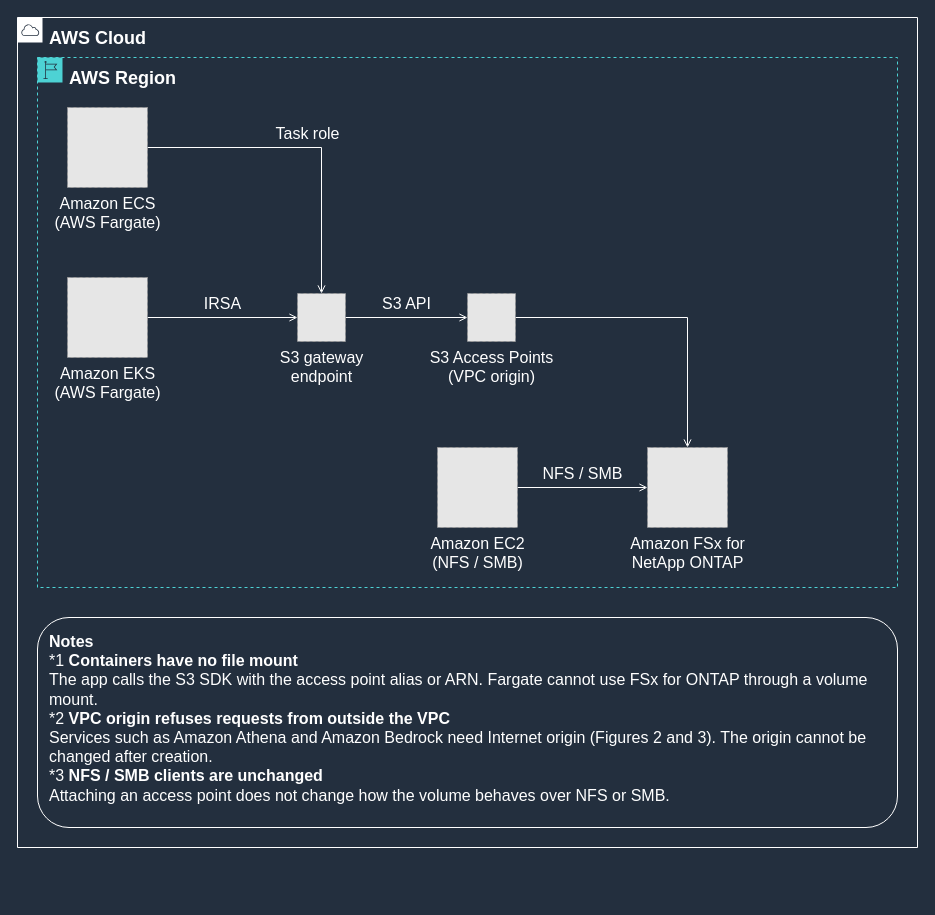
Earlier version of the draw.io diagram docs/_assets/diagrams/s3ap-container-overview-en-dark.drawio (Yoshiki0705/FSx-for-ONTAP-Container-Datastore-Patterns). Source tidied: cells renumbered, new cells numbered last; positions are measured from the earlier drawing's top-left corner, leaving out a move shared by most shapes. Both pictures are drawn from the tidied source at 100%, with x=0, y=0 at pixel (17, 17). Pictures stored in the file or linked from it are replaced by grey dashed boxes.
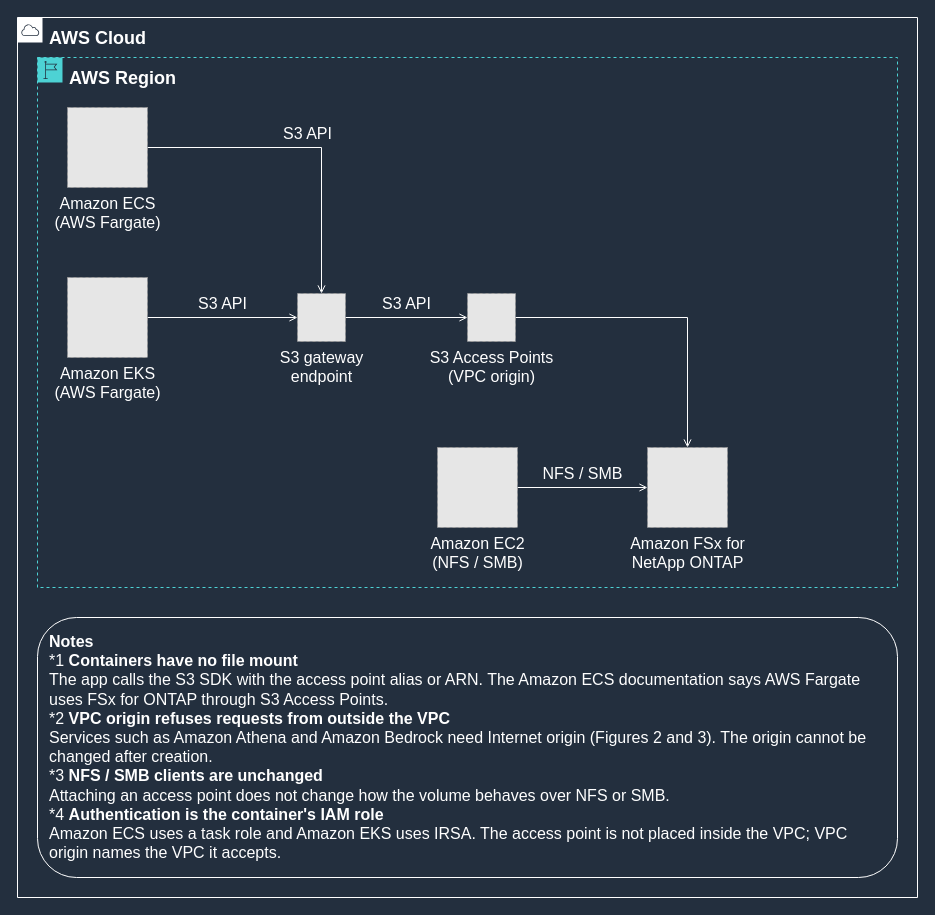
Above is the later version.

The edit, as a diff of the source:
```diff
@@
 <mxGraphModel background="#232F3E">
   <root>
     <mxCell id="0" />
     <mxCell id="1" parent="0" />
-    <mxCell id="2" value="Task role" style="edgeStyle=orthogonalEdgeStyle;rounded=0;html=1;endArrow=open;endFill=0;strokeColor=#FFFFFF;strokeWidth=1;fontSize=16;fontColor=#FFFFFF;labelBackgroundColor=#232F3E;exitX=1.0;exitY=0.5;exitDx=0;exitDy=0;entryX=0.5;entryY=0.0;entryDx=0;entryDy=0;" parent="1" edge="1" source="10" target="12">
+    <mxCell id="2" value="S3 API" style="edgeStyle=orthogonalEdgeStyle;rounded=0;html=1;endArrow=open;endFill=0;strokeColor=#FFFFFF;strokeWidth=1;fontSize=16;fontColor=#FFFFFF;labelBackgroundColor=#232F3E;exitX=1.0;exitY=0.5;exitDx=0;exitDy=0;entryX=0.5;entryY=0.0;entryDx=0;entryDy=0;" parent="1" edge="1" source="10" target="12">
       <mxGeometry relative="1" as="geometry">
         <mxPoint y="-14" as="offset" />
       </mxGeometry>
     </mxCell>
-    <mxCell id="3" value="IRSA" style="edgeStyle=orthogonalEdgeStyle;rounded=0;html=1;endArrow=open;endFill=0;strokeColor=#FFFFFF;strokeWidth=1;fontSize=16;fontColor=#FFFFFF;labelBackgroundColor=#232F3E;exitX=1.0;exitY=0.5;exitDx=0;exitDy=0;entryX=0.0;entryY=0.5;entryDx=0;entryDy=0;" parent="1" edge="1" source="11" target="12">
+    <mxCell id="3" value="S3 API" style="edgeStyle=orthogonalEdgeStyle;rounded=0;html=1;endArrow=open;endFill=0;strokeColor=#FFFFFF;strokeWidth=1;fontSize=16;fontColor=#FFFFFF;labelBackgroundColor=#232F3E;exitX=1.0;exitY=0.5;exitDx=0;exitDy=0;entryX=0.0;entryY=0.5;entryDx=0;entryDy=0;" parent="1" edge="1" source="11" target="12">
       <mxGeometry relative="1" as="geometry">
         <mxPoint y="-14" as="offset" />
       </mxGeometry>
     </mxCell>
     <mxCell id="4" value="S3 API" style="edgeStyle=orthogonalEdgeStyle;rounded=0;html=1;endArrow=open;endFill=0;strokeColor=#FFFFFF;strokeWidth=1;fontSize=16;fontColor=#FFFFFF;labelBackgroundColor=#232F3E;exitX=1.0;exitY=0.5;exitDx=0;exitDy=0;entryX=0.0;entryY=0.5;entryDx=0;entryDy=0;" parent="1" edge="1" source="12" target="13">
       <mxGeometry relative="1" as="geometry">
         <mxPoint y="-14" as="offset" />
       </mxGeometry>
     </mxCell>
     <mxCell id="5" style="edgeStyle=orthogonalEdgeStyle;rounded=0;html=1;endArrow=open;endFill=0;strokeColor=#FFFFFF;strokeWidth=1;fontSize=16;fontColor=#FFFFFF;labelBackgroundColor=#232F3E;exitX=1.0;exitY=0.5;exitDx=0;exitDy=0;entryX=0.5;entryY=0.0;entryDx=0;entryDy=0;" parent="1" edge="1" source="13" target="14">
       <mxGeometry relative="1" as="geometry" />
     </mxCell>
     <mxCell id="6" value="NFS / SMB" style="edgeStyle=orthogonalEdgeStyle;rounded=0;html=1;endArrow=open;endFill=0;strokeColor=#FFFFFF;strokeWidth=1;fontSize=16;fontColor=#FFFFFF;labelBackgroundColor=#232F3E;exitX=1.0;exitY=0.5;exitDx=0;exitDy=0;entryX=0.0;entryY=0.5;entryDx=0;entryDy=0;" parent="1" edge="1" source="15" target="14">
       <mxGeometry relative="1" as="geometry">
         <mxPoint y="-14" as="offset" />
       </mxGeometry>
     </mxCell>
     <mxCell id="7" value="AWS Cloud" style="gradientColor=none;html=1;whiteSpace=wrap;fontSize=18;fontStyle=1;fontColor=#FFFFFF;shape=mxgraph.aws4.group;grIcon=mxgraph.aws4.group_aws_cloud;strokeColor=#FFFFFF;fillColor=none;verticalAlign=top;align=left;spacingLeft=30;spacingTop=4;dashed=0;labelBackgroundColor=#232F3E;" parent="1" vertex="1">
-      <mxGeometry width="900" height="830" as="geometry" />
+      <mxGeometry width="900" height="880" as="geometry" />
     </mxCell>
     <mxCell id="8" value="AWS Region" style="gradientColor=none;html=1;whiteSpace=wrap;fontSize=18;fontStyle=1;fontColor=#FFFFFF;shape=mxgraph.aws4.group;grIcon=mxgraph.aws4.group_region;strokeColor=#4DD2D4;fillColor=none;verticalAlign=top;align=left;spacingLeft=30;spacingTop=4;dashed=1;labelBackgroundColor=#232F3E;" parent="1" vertex="1">
       <mxGeometry x="20" y="40" width="860" height="530" as="geometry" />
     </mxCell>
-    <mxCell id="9" value="&lt;b&gt;Notes&lt;/b&gt;&lt;br&gt;*1 &lt;b&gt;Containers have no file mount&lt;/b&gt;&lt;br&gt;The app calls the S3 SDK with the access point alias or ARN. Fargate cannot use FSx for ONTAP through a volume mount.&lt;br&gt;*2 &lt;b&gt;VPC origin refuses requests from outside the VPC&lt;/b&gt;&lt;br&gt;Services such as Amazon Athena and Amazon Bedrock need Internet origin (Figures 2 and 3). The origin cannot be changed after creation.&lt;br&gt;*3 &lt;b&gt;NFS / SMB clients are unchanged&lt;/b&gt;&lt;br&gt;Attaching an access point does not change how the volume behaves over NFS or SMB." style="rounded=1;whiteSpace=wrap;html=1;strokeColor=#FFFFFF;fillColor=none;fontColor=#FFFFFF;fontSize=16;verticalAlign=top;align=left;spacingLeft=10;spacingRight=10;spacingTop=8;" parent="1" vertex="1">
-      <mxGeometry x="20" y="600" width="860" height="210" as="geometry" />
+    <mxCell id="9" value="&lt;b&gt;Notes&lt;/b&gt;&lt;br&gt;*1 &lt;b&gt;Containers have no file mount&lt;/b&gt;&lt;br&gt;The app calls the S3 SDK with the access point alias or ARN. The Amazon ECS documentation says AWS Fargate uses FSx for ONTAP through S3 Access Points.&lt;br&gt;*2 &lt;b&gt;VPC origin refuses requests from outside the VPC&lt;/b&gt;&lt;br&gt;Services such as Amazon Athena and Amazon Bedrock need Internet origin (Figures 2 and 3). The origin cannot be changed after creation.&lt;br&gt;*3 &lt;b&gt;NFS / SMB clients are unchanged&lt;/b&gt;&lt;br&gt;Attaching an access point does not change how the volume behaves over NFS or SMB.&lt;br&gt;*4 &lt;b&gt;Authentication is the container's IAM role&lt;/b&gt;&lt;br&gt;Amazon ECS uses a task role and Amazon EKS uses IRSA. The access point is not placed inside the VPC; VPC origin names the VPC it accepts." style="rounded=1;whiteSpace=wrap;html=1;strokeColor=#FFFFFF;fillColor=none;fontColor=#FFFFFF;fontSize=16;verticalAlign=top;align=left;spacingLeft=10;spacingRight=10;spacingTop=8;" parent="1" vertex="1">
+      <mxGeometry x="20" y="600" width="860" height="260" as="geometry" />
     </mxCell>
     <mxCell id="10" value="Amazon ECS&lt;br&gt;(AWS Fargate)" style="fillColor=#E6E6E6;strokeColor=#999999;dashed=1;html=1;verticalLabelPosition=bottom;verticalAlign=top;labelPosition=center;align=center;fontSize=16;fontColor=#FFFFFF;" parent="1" vertex="1">
       <mxGeometry x="50" y="90" width="80" height="80" as="geometry" />
     </mxCell>
     <mxCell id="11" value="Amazon EKS&lt;br&gt;(AWS Fargate)" style="fillColor=#E6E6E6;strokeColor=#999999;dashed=1;html=1;verticalLabelPosition=bottom;verticalAlign=top;labelPosition=center;align=center;fontSize=16;fontColor=#FFFFFF;" parent="1" vertex="1">
       <mxGeometry x="50" y="260" width="80" height="80" as="geometry" />
     </mxCell>
     <mxCell id="12" value="S3 gateway&lt;br&gt;endpoint" style="fillColor=#E6E6E6;strokeColor=#999999;dashed=1;html=1;verticalLabelPosition=bottom;verticalAlign=top;labelPosition=center;align=center;fontSize=16;fontColor=#FFFFFF;" parent="1" vertex="1">
       <mxGeometry x="280" y="276" width="48" height="48" as="geometry" />
     </mxCell>
     <mxCell id="13" value="S3 Access Points&lt;br&gt;(VPC origin)" style="fillColor=#E6E6E6;strokeColor=#999999;dashed=1;html=1;verticalLabelPosition=bottom;verticalAlign=top;labelPosition=center;align=center;fontSize=16;fontColor=#FFFFFF;" parent="1" vertex="1">
       <mxGeometry x="450" y="276" width="48" height="48" as="geometry" />
     </mxCell>
     <mxCell id="14" value="Amazon FSx for&lt;br&gt;NetApp ONTAP" style="fillColor=#E6E6E6;strokeColor=#999999;dashed=1;html=1;verticalLabelPosition=bottom;verticalAlign=top;labelPosition=center;align=center;fontSize=16;fontColor=#FFFFFF;" parent="1" vertex="1">
       <mxGeometry x="630" y="430" width="80" height="80" as="geometry" />
     </mxCell>
     <mxCell id="15" value="Amazon EC2&lt;br&gt;(NFS / SMB)" style="fillColor=#E6E6E6;strokeColor=#999999;dashed=1;html=1;verticalLabelPosition=bottom;verticalAlign=top;labelPosition=center;align=center;fontSize=16;fontColor=#FFFFFF;" parent="1" vertex="1">
       <mxGeometry x="420" y="430" width="80" height="80" as="geometry" />
     </mxCell>
   </root>
 </mxGraphModel>
```
